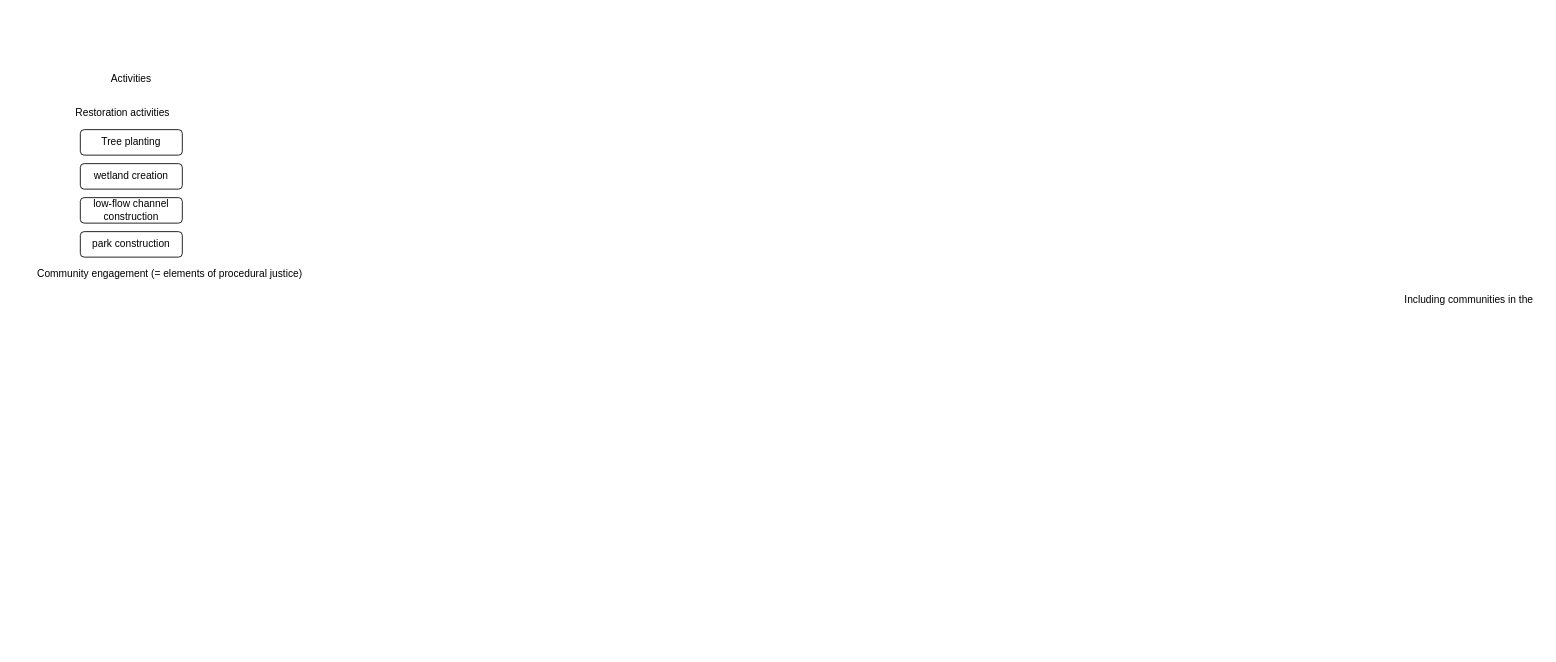
This is TentativeEJframework.drawio from nadasaidi/automatic-funicular, a draw.io file, before an edit. Source tidied: cells renumbered, new cells numbered last; positions are measured from the earlier drawing's top-left corner, leaving out a move shared by most shapes. Both pictures are drawn from the tidied source at 85%, with x=0, y=0 at pixel (29, 70).
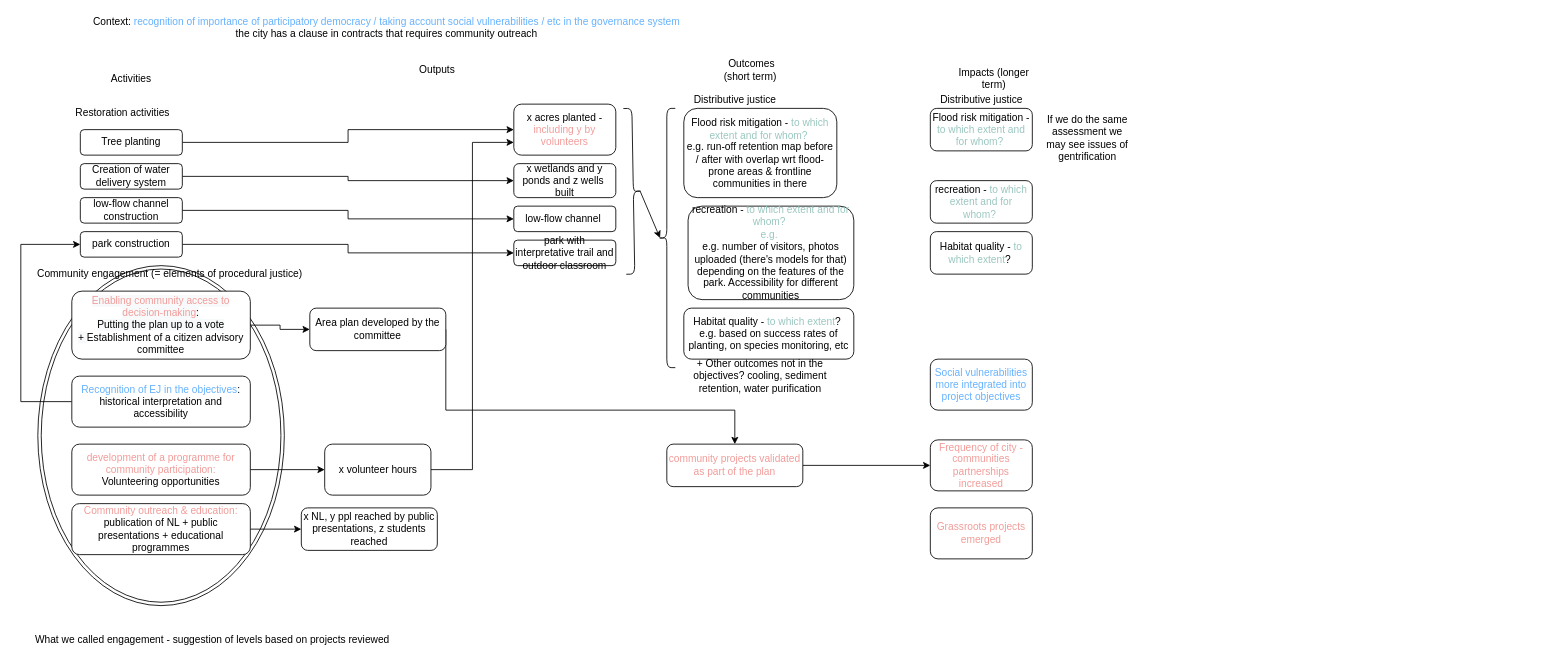
The same diagram, later.

The change refers to these unchanged cells:
```xml
<mxCell id="3" value="Tree planting" style="rounded=1;whiteSpace=wrap;html=1;" parent="1" vertex="1">
  <mxGeometry x="60" y="70" width="120" height="30" as="geometry" />
</mxCell>
<mxCell id="6" value="low-flow channel construction" style="rounded=1;whiteSpace=wrap;html=1;" parent="1" vertex="1">
  <mxGeometry x="60" y="150" width="120" height="30" as="geometry" />
</mxCell>
<mxCell id="7" value="park construction" style="rounded=1;whiteSpace=wrap;html=1;" parent="1" vertex="1">
  <mxGeometry x="60" y="190" width="120" height="30" as="geometry" />
</mxCell>
```

Change to the diagram source:
```diff
@@
+    <mxCell id="10" style="ellipse;shape=doubleEllipse;whiteSpace=wrap;html=1;strokeColor=#000000;fillColor=none;" parent="1" vertex="1">
+      <mxGeometry x="10" y="230" width="290" height="400" as="geometry" />
+    </mxCell>
@@
+    <mxCell id="11" style="edgeStyle=orthogonalEdgeStyle;rounded=0;jettySize=auto;html=1;exitX=1;exitY=0.5;exitDx=0;exitDy=0;" parent="1" edge="1" source="3" target="24">
+      <mxGeometry relative="1" as="geometry" />
+    </mxCell>
@@
+    <mxCell id="12" style="edgeStyle=orthogonalEdgeStyle;rounded=0;jettySize=auto;html=1;exitX=1;exitY=0.5;exitDx=0;exitDy=0;entryX=0;entryY=0.5;entryDx=0;entryDy=0;" parent="1" edge="1" source="5" target="25">
+      <mxGeometry relative="1" as="geometry" />
+    </mxCell>
-    <mxCell id="5" value="wetland creation" style="rounded=1;whiteSpace=wrap;html=1;" parent="1" vertex="1">
+    <mxCell id="5" value="Creation of water delivery system" style="rounded=1;whiteSpace=wrap;html=1;" parent="1" vertex="1">
       <mxGeometry x="60" y="110" width="120" height="30" as="geometry" />
     </mxCell>
+    <mxCell id="13" style="edgeStyle=orthogonalEdgeStyle;rounded=0;jettySize=auto;html=1;exitX=1;exitY=0.5;exitDx=0;exitDy=0;entryX=0;entryY=0.5;entryDx=0;entryDy=0;" parent="1" edge="1" source="6" target="26">
+      <mxGeometry relative="1" as="geometry" />
+    </mxCell>
@@
+    <mxCell id="14" style="edgeStyle=orthogonalEdgeStyle;rounded=0;jettySize=auto;html=1;exitX=1;exitY=0.5;exitDx=0;exitDy=0;" parent="1" edge="1" source="7" target="27">
+      <mxGeometry relative="1" as="geometry" />
+    </mxCell>
@@
-    <mxCell id="9" value="Including communities in the&amp;nbsp;" style="text;html=1;align=center;verticalAlign=middle;" parent="1" vertex="1">
-      <mxGeometry x="1610" y="260" width="170" height="20" as="geometry" />
-    </mxCell>
+    <mxCell id="15" style="edgeStyle=orthogonalEdgeStyle;rounded=0;jettySize=auto;html=1;exitX=1;exitY=0.5;exitDx=0;exitDy=0;entryX=0;entryY=0.5;entryDx=0;entryDy=0;" parent="1" edge="1" source="16" target="29">
+      <mxGeometry relative="1" as="geometry" />
+    </mxCell>
+    <mxCell id="16" value="&lt;span style=&quot;font-family: &amp;#34;helvetica&amp;#34; ; font-size: 12px ; font-style: normal ; font-weight: 400 ; letter-spacing: normal ; text-align: center ; text-indent: 0px ; text-transform: none ; word-spacing: 0px ; background-color: rgb(248 , 249 , 250) ; display: inline ; float: none&quot;&gt;&lt;font color=&quot;#f19c99&quot;&gt;Enabling community access to decision-making&lt;/font&gt;&lt;/span&gt;&lt;span style=&quot;color: rgb(0 , 0 , 0) ; font-family: &amp;#34;helvetica&amp;#34; ; font-size: 12px ; font-style: normal ; font-weight: 400 ; letter-spacing: normal ; text-align: center ; text-indent: 0px ; text-transform: none ; word-spacing: 0px ; background-color: rgb(248 , 249 , 250) ; display: inline ; float: none&quot;&gt;: &lt;br&gt;Putting the plan up to a vote +&amp;nbsp;&lt;/span&gt;Establishment of a citizen advisory committee" style="rounded=1;whiteSpace=wrap;html=1;" parent="1" vertex="1">
+      <mxGeometry x="50" y="260" width="210" height="80" as="geometry" />
+    </mxCell>
+    <mxCell id="17" style="edgeStyle=orthogonalEdgeStyle;rounded=0;jettySize=auto;html=1;exitX=0;exitY=0.5;exitDx=0;exitDy=0;entryX=0;entryY=0.5;entryDx=0;entryDy=0;" parent="1" edge="1" source="18" target="7">
+      <mxGeometry relative="1" as="geometry">
+        <Array as="points">
+          <mxPoint x="-10" y="390" />
+          <mxPoint x="-10" y="205" />
+        </Array>
+      </mxGeometry>
+    </mxCell>
+    <mxCell id="18" value="&lt;font color=&quot;#66b2ff&quot;&gt;Recognition of EJ in the objectives&lt;/font&gt;: historical interpretation and accessibility" style="rounded=1;whiteSpace=wrap;html=1;" parent="1" vertex="1">
+      <mxGeometry x="50" y="360" width="210" height="60" as="geometry" />
+    </mxCell>
+    <mxCell id="19" style="edgeStyle=orthogonalEdgeStyle;rounded=0;jettySize=auto;html=1;exitX=1;exitY=0.5;exitDx=0;exitDy=0;" parent="1" edge="1" source="20" target="32">
+      <mxGeometry relative="1" as="geometry" />
+    </mxCell>
+    <mxCell id="20" value="&lt;font color=&quot;#f19c99&quot;&gt;development of a programme for community participation:&lt;/font&gt;&lt;br&gt;Volunteering opportunities" style="rounded=1;whiteSpace=wrap;html=1;" parent="1" vertex="1">
+      <mxGeometry x="50" y="440" width="210" height="60" as="geometry" />
+    </mxCell>
+    <mxCell id="21" style="edgeStyle=orthogonalEdgeStyle;rounded=0;jettySize=auto;html=1;exitX=1;exitY=0.5;exitDx=0;exitDy=0;entryX=0;entryY=0.5;entryDx=0;entryDy=0;" parent="1" edge="1" source="22" target="30">
+      <mxGeometry relative="1" as="geometry" />
+    </mxCell>
+    <mxCell id="22" value="&lt;font color=&quot;#f19c99&quot;&gt;Community outreach &amp;amp; education:&lt;/font&gt;&lt;br&gt;publication of NL + public presentations + educational programmes" style="rounded=1;whiteSpace=wrap;html=1;" parent="1" vertex="1">
+      <mxGeometry x="50" y="510" width="210" height="60" as="geometry" />
+    </mxCell>
+    <mxCell id="23" value="Outputs" style="text;html=1;strokeColor=none;fillColor=none;align=center;verticalAlign=middle;whiteSpace=wrap;rounded=0;" parent="1" vertex="1">
+      <mxGeometry x="460" y="-10" width="40" height="20" as="geometry" />
+    </mxCell>
+    <mxCell id="24" value="x acres planted - &lt;font color=&quot;#f19c99&quot;&gt;including y by volunteers&lt;/font&gt;" style="rounded=1;whiteSpace=wrap;html=1;" parent="1" vertex="1">
+      <mxGeometry x="570" y="40" width="120" height="60" as="geometry" />
+    </mxCell>
+    <mxCell id="25" value="x wetlands and y ponds and z wells&amp;nbsp; built" style="rounded=1;whiteSpace=wrap;html=1;" parent="1" vertex="1">
+      <mxGeometry x="570" y="110" width="120" height="40" as="geometry" />
+    </mxCell>
+    <mxCell id="26" value="low-flow channel&amp;nbsp;" style="rounded=1;whiteSpace=wrap;html=1;" parent="1" vertex="1">
+      <mxGeometry x="570" y="160" width="120" height="30" as="geometry" />
+    </mxCell>
+    <mxCell id="27" value="park with interpretative trail and outdoor classroom" style="rounded=1;whiteSpace=wrap;html=1;" parent="1" vertex="1">
+      <mxGeometry x="570" y="200" width="120" height="30" as="geometry" />
+    </mxCell>
+    <mxCell id="28" style="edgeStyle=orthogonalEdgeStyle;rounded=0;jettySize=auto;html=1;exitX=1;exitY=0.5;exitDx=0;exitDy=0;" parent="1" edge="1" source="29" target="36">
+      <mxGeometry relative="1" as="geometry">
+        <Array as="points">
+          <mxPoint x="490" y="400" />
+          <mxPoint x="830" y="400" />
+        </Array>
+      </mxGeometry>
+    </mxCell>
+    <mxCell id="29" value="Area plan developed by the committee" style="rounded=1;whiteSpace=wrap;html=1;" parent="1" vertex="1">
+      <mxGeometry x="330" y="280" width="160" height="50" as="geometry" />
+    </mxCell>
+    <mxCell id="30" value="x NL, y ppl reached by public presentations, z students reached" style="rounded=1;whiteSpace=wrap;html=1;" parent="1" vertex="1">
+      <mxGeometry x="320" y="515" width="160" height="50" as="geometry" />
+    </mxCell>
+    <mxCell id="31" style="edgeStyle=orthogonalEdgeStyle;rounded=0;jettySize=auto;html=1;exitX=1;exitY=0.5;exitDx=0;exitDy=0;entryX=0;entryY=0.75;entryDx=0;entryDy=0;" parent="1" edge="1" source="32" target="24">
+      <mxGeometry relative="1" as="geometry" />
+    </mxCell>
+    <mxCell id="32" value="x volunteer hours" style="rounded=1;whiteSpace=wrap;html=1;" parent="1" vertex="1">
+      <mxGeometry x="347.5" y="440" width="125" height="60" as="geometry" />
+    </mxCell>
+    <mxCell id="33" value="Outcomes (short term)&amp;nbsp;" style="text;html=1;strokeColor=none;fillColor=none;align=center;verticalAlign=middle;whiteSpace=wrap;rounded=0;" parent="1" vertex="1">
+      <mxGeometry x="810" y="-10" width="80" height="20" as="geometry" />
+    </mxCell>
+    <mxCell id="34" value="Flood risk mitigation - &lt;font color=&quot;#9ac7bf&quot;&gt;to which extent and for whom?&lt;/font&gt;&amp;nbsp;&lt;br&gt;e.g. run-off retention map before / after with overlap wrt flood-prone areas &amp;amp; frontline communities in there" style="rounded=1;whiteSpace=wrap;html=1;" parent="1" vertex="1">
+      <mxGeometry x="770" y="45" width="180" height="105" as="geometry" />
+    </mxCell>
+    <mxCell id="35" style="edgeStyle=orthogonalEdgeStyle;rounded=0;jettySize=auto;html=1;exitX=1;exitY=0.5;exitDx=0;exitDy=0;entryX=0;entryY=0.5;entryDx=0;entryDy=0;" parent="1" edge="1" source="36" target="50">
+      <mxGeometry relative="1" as="geometry" />
+    </mxCell>
+    <mxCell id="36" value="&lt;font color=&quot;#f19c99&quot;&gt;community projects validated as part of the plan&lt;/font&gt;" style="rounded=1;whiteSpace=wrap;html=1;" parent="1" vertex="1">
+      <mxGeometry x="750" y="440" width="160" height="50" as="geometry" />
+    </mxCell>
+    <mxCell id="37" value="recreation - &lt;font color=&quot;#9ac7bf&quot;&gt;to which extent and for whom?&amp;nbsp;&lt;/font&gt;&lt;br&gt;&lt;font color=&quot;#9ac7bf&quot;&gt;e.g.&amp;nbsp;&lt;/font&gt;&lt;br&gt;e.g. number of visitors, photos uploaded (there's models for that) depending on the features of the park. Accessibility for different communities" style="rounded=1;whiteSpace=wrap;html=1;" parent="1" vertex="1">
+      <mxGeometry x="775" y="160" width="195" height="110" as="geometry" />
+    </mxCell>
+    <mxCell id="38" value="Habitat quality - &lt;font color=&quot;#9ac7bf&quot;&gt;to which extent&lt;/font&gt;?&amp;nbsp;&lt;br&gt;e.g. based on success rates of planting, on species monitoring, etc" style="rounded=1;whiteSpace=wrap;html=1;" parent="1" vertex="1">
+      <mxGeometry x="770" y="280" width="200" height="60" as="geometry" />
+    </mxCell>
+    <mxCell id="39" value="Distributive justice" style="text;html=1;align=center;verticalAlign=middle;" parent="1" vertex="1">
+      <mxGeometry x="775" y="25" width="110" height="20" as="geometry" />
+    </mxCell>
+    <mxCell id="40" value="Impacts (longer term)" style="text;html=1;strokeColor=none;fillColor=none;align=center;verticalAlign=middle;whiteSpace=wrap;rounded=0;" parent="1" vertex="1">
+      <mxGeometry x="1080" width="110" height="20" as="geometry" />
+    </mxCell>
+    <mxCell id="41" style="shape=curlyBracket;whiteSpace=wrap;html=1;rounded=1;strokeColor=#000000;" parent="1" vertex="1">
+      <mxGeometry x="740" y="45" width="20" height="305" as="geometry" />
+    </mxCell>
+    <mxCell id="42" style="shape=curlyBracket;whiteSpace=wrap;html=1;rounded=1;strokeColor=#000000;rotation=-181;size=0.5;" parent="1" vertex="1">
+      <mxGeometry x="700.6" y="45" width="20" height="195" as="geometry" />
+    </mxCell>
+    <mxCell id="43" style="endArrow=classic;html=1;entryX=0.1;entryY=0.5;entryDx=0;entryDy=0;entryPerimeter=0;exitX=0.1;exitY=0.5;exitDx=0;exitDy=0;exitPerimeter=0;" parent="1" edge="1" source="42" target="41">
+      <mxGeometry relative="1" as="geometry" />
+    </mxCell>
+    <mxCell id="44" value="Flood risk mitigation - &lt;font color=&quot;#9ac7bf&quot;&gt;to which extent and for whom?&lt;/font&gt;&amp;nbsp;" style="rounded=1;whiteSpace=wrap;html=1;" parent="1" vertex="1">
+      <mxGeometry x="1060" y="45" width="120" height="50" as="geometry" />
+    </mxCell>
+    <mxCell id="45" value="recreation - &lt;font color=&quot;#9ac7bf&quot;&gt;to which extent and for whom?&amp;nbsp;&lt;/font&gt;" style="rounded=1;whiteSpace=wrap;html=1;" parent="1" vertex="1">
+      <mxGeometry x="1060" y="130" width="120" height="50" as="geometry" />
+    </mxCell>
+    <mxCell id="46" value="Habitat quality - &lt;font color=&quot;#9ac7bf&quot;&gt;to which extent&lt;/font&gt;?&amp;nbsp;" style="rounded=1;whiteSpace=wrap;html=1;" parent="1" vertex="1">
+      <mxGeometry x="1060" y="190" width="120" height="50" as="geometry" />
+    </mxCell>
+    <mxCell id="47" value="Distributive justice" style="text;html=1;align=center;verticalAlign=middle;" parent="1" vertex="1">
+      <mxGeometry x="1065" y="25" width="110" height="20" as="geometry" />
+    </mxCell>
+    <mxCell id="48" value="If we do the same assessment we may see issues of gentrification" style="text;html=1;strokeColor=none;fillColor=none;align=center;verticalAlign=middle;whiteSpace=wrap;rounded=0;" parent="1" vertex="1">
+      <mxGeometry x="1190" y="70" width="110" height="20" as="geometry" />
+    </mxCell>
+    <mxCell id="49" value="+ Other outcomes not in the objectives? cooling, sediment retention, water purification" style="text;html=1;strokeColor=none;fillColor=none;align=center;verticalAlign=middle;whiteSpace=wrap;rounded=0;" parent="1" vertex="1">
+      <mxGeometry x="775" y="350" width="170" height="20" as="geometry" />
+    </mxCell>
+    <mxCell id="50" value="&lt;font color=&quot;#f19c99&quot;&gt;Frequency of city - communities partnerships increased&lt;/font&gt;" style="rounded=1;whiteSpace=wrap;html=1;strokeColor=#000000;" parent="1" vertex="1">
+      <mxGeometry x="1060" y="435" width="120" height="60" as="geometry" />
+    </mxCell>
+    <mxCell id="51" value="&lt;font color=&quot;#66b2ff&quot;&gt;Social vulnerabilities more integrated into project objectives&lt;/font&gt;" style="rounded=1;whiteSpace=wrap;html=1;strokeColor=#000000;" parent="1" vertex="1">
+      <mxGeometry x="1060" y="340" width="120" height="60" as="geometry" />
+    </mxCell>
+    <mxCell id="52" value="What we called engagement - suggestion of levels based on projects reviewed" style="text;html=1;align=center;verticalAlign=middle;" parent="1" vertex="1">
+      <mxGeometry y="660" width="430" height="20" as="geometry" />
+    </mxCell>
+    <mxCell id="53" value="Context:&lt;font color=&quot;#66b2ff&quot;&gt; recognition of importance of participatory democracy / taking account social vulnerabilities / etc in the governance system&lt;/font&gt;&lt;br&gt;the city has a clause in contracts that requires community outreach" style="text;html=1;align=center;verticalAlign=middle;" parent="1" vertex="1">
+      <mxGeometry x="65" y="-65" width="710" height="30" as="geometry" />
+    </mxCell>
+    <mxCell id="54" value="&lt;font color=&quot;#f19c99&quot;&gt;Grassroots projects emerged&lt;/font&gt;" style="rounded=1;whiteSpace=wrap;html=1;strokeColor=#000000;" parent="1" vertex="1">
+      <mxGeometry x="1060" y="515" width="120" height="60" as="geometry" />
+    </mxCell>
```
